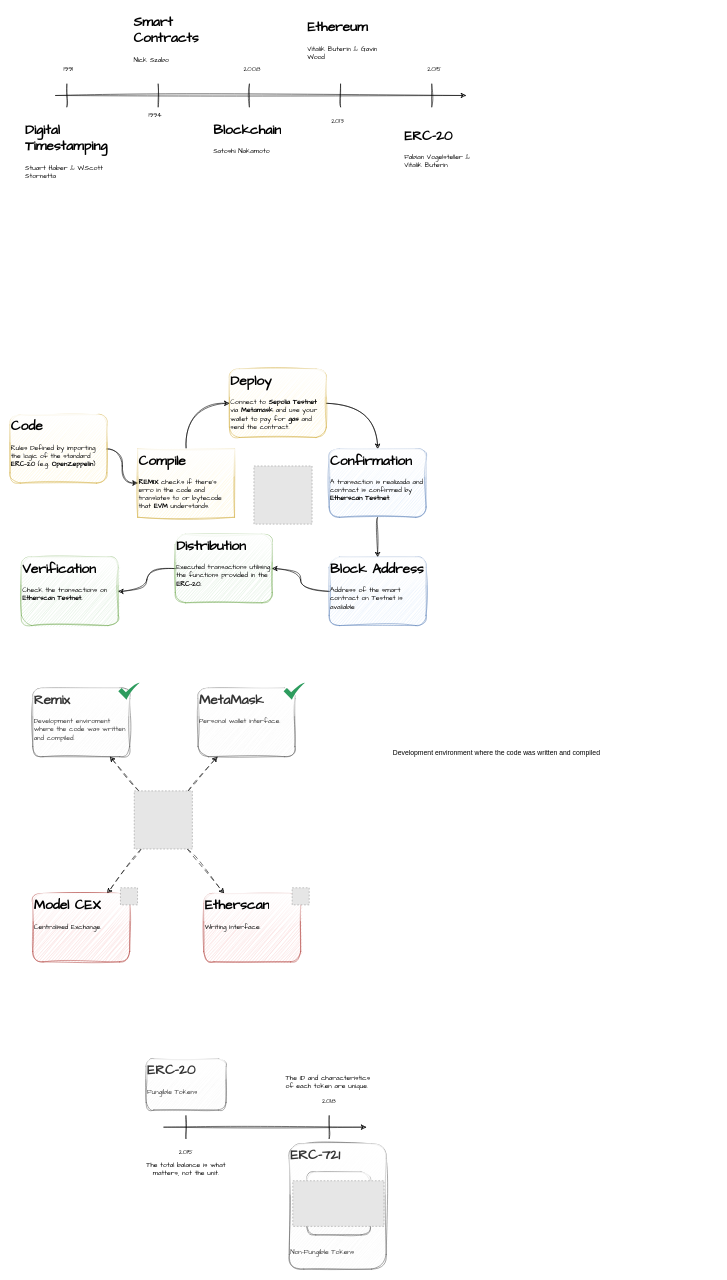
Above: CA_BlockChain.drawio in sergio-oliveira-br/ca-blockchain-erc20-200tks (draw.io), before the change. Source tidied: cells renumbered, new cells numbered last; positions are measured from the earlier drawing's top-left corner, leaving out a move shared by most shapes. Both pictures are drawn from the tidied source at 57%, with x=0, y=0 at pixel (10, 10). Pictures stored in the file or linked from it are replaced by grey dashed boxes.
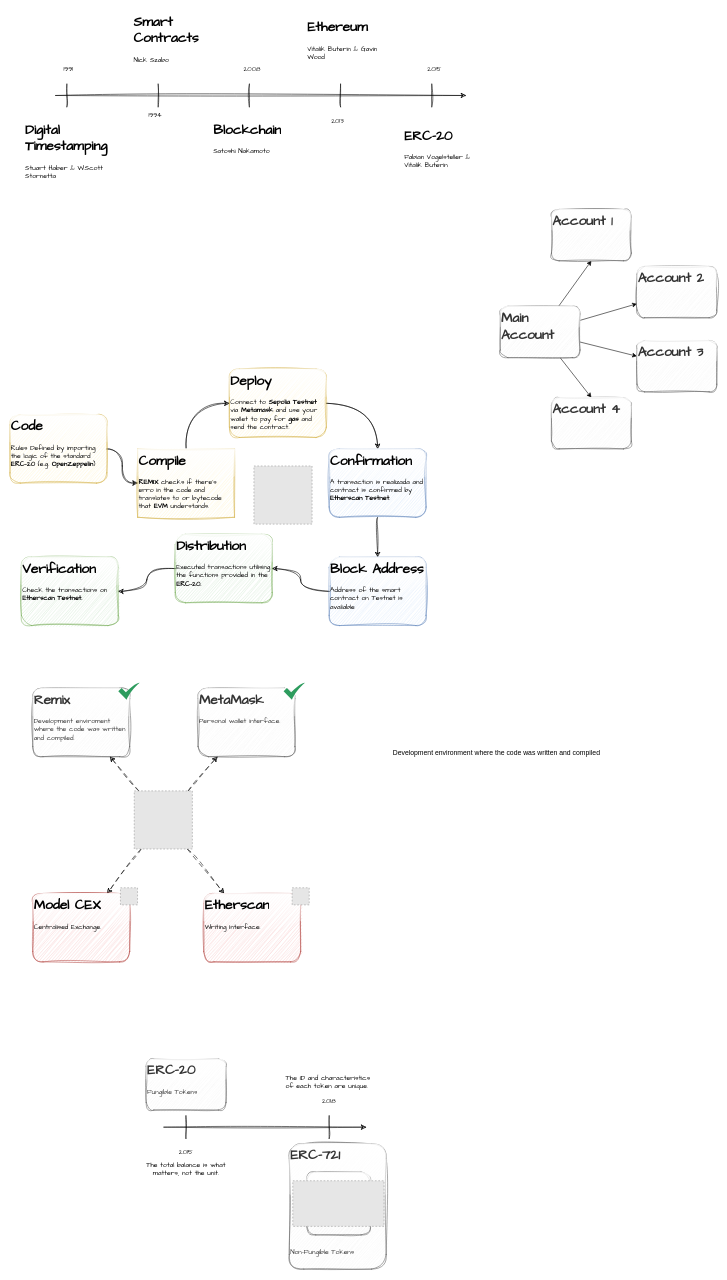
The same diagram, later.

The edit, as a diff of the source:
```diff
@@
+    <mxCell id="57" style="rounded=0;jettySize=auto;html=1;entryX=0.5;entryY=1;entryDx=0;entryDy=0;" parent="1" edge="1" source="61" target="62">
+      <mxGeometry relative="1" as="geometry" />
+    </mxCell>
+    <mxCell id="58" style="rounded=0;jettySize=auto;html=1;" parent="1" edge="1" source="61" target="63">
+      <mxGeometry relative="1" as="geometry" />
+    </mxCell>
+    <mxCell id="59" style="rounded=0;jettySize=auto;html=1;" parent="1" edge="1" source="61" target="64">
+      <mxGeometry relative="1" as="geometry" />
+    </mxCell>
+    <mxCell id="60" style="rounded=0;jettySize=auto;html=1;entryX=0.5;entryY=0;entryDx=0;entryDy=0;" parent="1" edge="1" source="61" target="65">
+      <mxGeometry relative="1" as="geometry" />
+    </mxCell>
+    <mxCell id="61" value="&lt;h1 style=&quot;margin-top: 0px;&quot;&gt;Main Account&lt;/h1&gt;" style="text;html=1;whiteSpace=wrap;overflow=hidden;rounded=1;fontFamily=Comic Sans MS;fillColor=#f5f5f5;strokeColor=#666666;sketch=1;curveFitting=1;jiggle=2;glass=1;fontColor=#333333;" parent="1" vertex="1">
+      <mxGeometry x="860" y="520" width="140" height="90" as="geometry" />
+    </mxCell>
+    <mxCell id="62" value="&lt;h1 style=&quot;margin-top: 0px;&quot;&gt;Account 1&lt;/h1&gt;" style="text;html=1;whiteSpace=wrap;overflow=hidden;rounded=1;fontFamily=Comic Sans MS;fillColor=#f5f5f5;strokeColor=#666666;sketch=1;curveFitting=1;jiggle=2;glass=1;fontColor=#333333;" parent="1" vertex="1">
+      <mxGeometry x="950" y="350" width="140" height="90" as="geometry" />
+    </mxCell>
+    <mxCell id="63" value="&lt;h1 style=&quot;margin-top: 0px;&quot;&gt;Account 2&lt;/h1&gt;" style="text;html=1;whiteSpace=wrap;overflow=hidden;rounded=1;fontFamily=Comic Sans MS;fillColor=#f5f5f5;strokeColor=#666666;sketch=1;curveFitting=1;jiggle=2;glass=1;fontColor=#333333;" parent="1" vertex="1">
+      <mxGeometry x="1100" y="450" width="140" height="90" as="geometry" />
+    </mxCell>
+    <mxCell id="64" value="&lt;h1 style=&quot;margin-top: 0px;&quot;&gt;Account 3&lt;/h1&gt;" style="text;html=1;whiteSpace=wrap;overflow=hidden;rounded=1;fontFamily=Comic Sans MS;fillColor=#f5f5f5;strokeColor=#666666;sketch=1;curveFitting=1;jiggle=2;glass=1;fontColor=#333333;" parent="1" vertex="1">
+      <mxGeometry x="1100" y="580" width="140" height="90" as="geometry" />
+    </mxCell>
+    <mxCell id="65" value="&lt;h1 style=&quot;margin-top: 0px;&quot;&gt;Account 4&lt;/h1&gt;" style="text;html=1;whiteSpace=wrap;overflow=hidden;rounded=1;fontFamily=Comic Sans MS;fillColor=#f5f5f5;strokeColor=#666666;sketch=1;curveFitting=1;jiggle=2;glass=1;fontColor=#333333;" parent="1" vertex="1">
+      <mxGeometry x="950" y="680" width="140" height="90" as="geometry" />
+    </mxCell>
```
